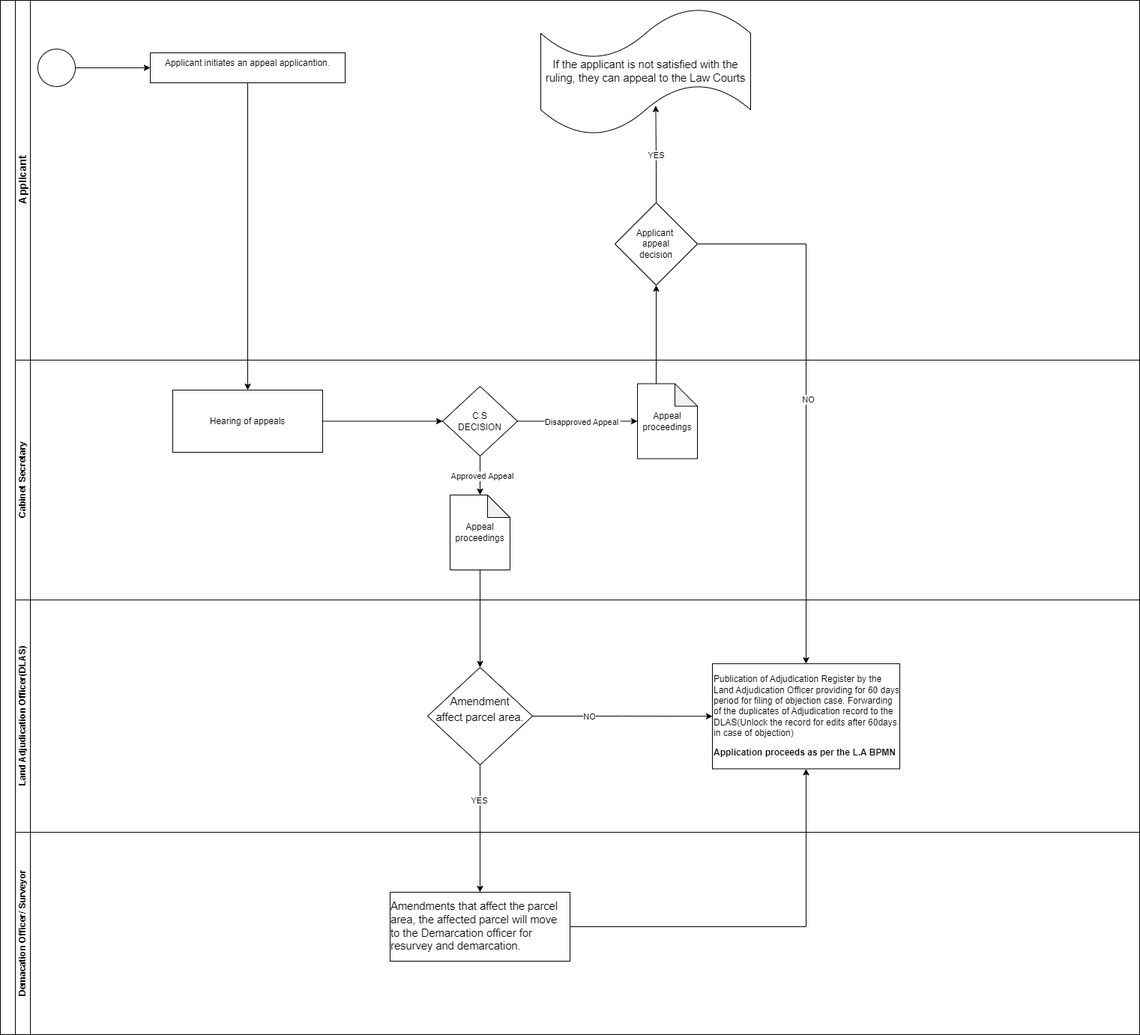
This is Land Adjudication Appeal to the C.S.drawio.png from geoprojectke/BPMN, a draw.io export, as it was before one commit. Source tidied: cells renumbered, new cells last; positions are measured from the earlier drawing's top-left corner, leaving out a move shared by most shapes.
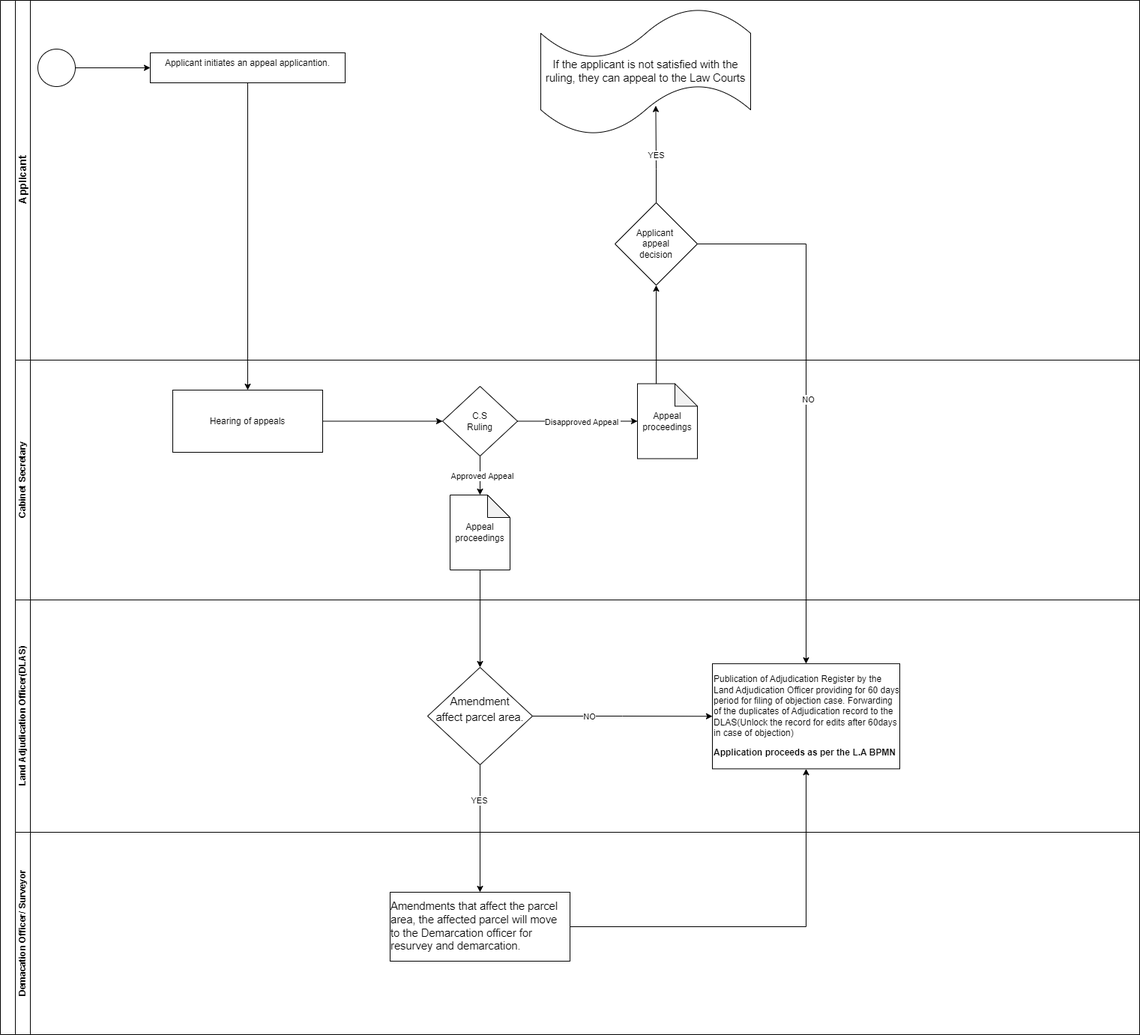
The same diagram one commit later.

The edit, as a diff of the source:
```diff
@@ -38,7 +38,7 @@
     <mxCell id="13" value="Hearing of appeals" style="whiteSpace=wrap;html=1;" parent="11" vertex="1">
       <mxGeometry x="210" y="40" width="200" height="83" as="geometry" />
     </mxCell>
-    <mxCell id="14" value="&lt;div&gt;C.S&lt;/div&gt;&lt;div&gt;DECISION&lt;/div&gt;" style="rhombus;whiteSpace=wrap;html=1;" parent="11" vertex="1">
+    <mxCell id="14" value="&lt;div&gt;C.S&lt;/div&gt;&lt;div&gt;Ruling&lt;/div&gt;" style="rhombus;whiteSpace=wrap;html=1;" parent="11" vertex="1">
       <mxGeometry x="570" y="35" width="100" height="93" as="geometry" />
     </mxCell>
     <mxCell id="15" value="Appeal proceedings" style="shape=note;whiteSpace=wrap;html=1;backgroundOutline=1;darkOpacity=0.05;" parent="11" vertex="1">
```
